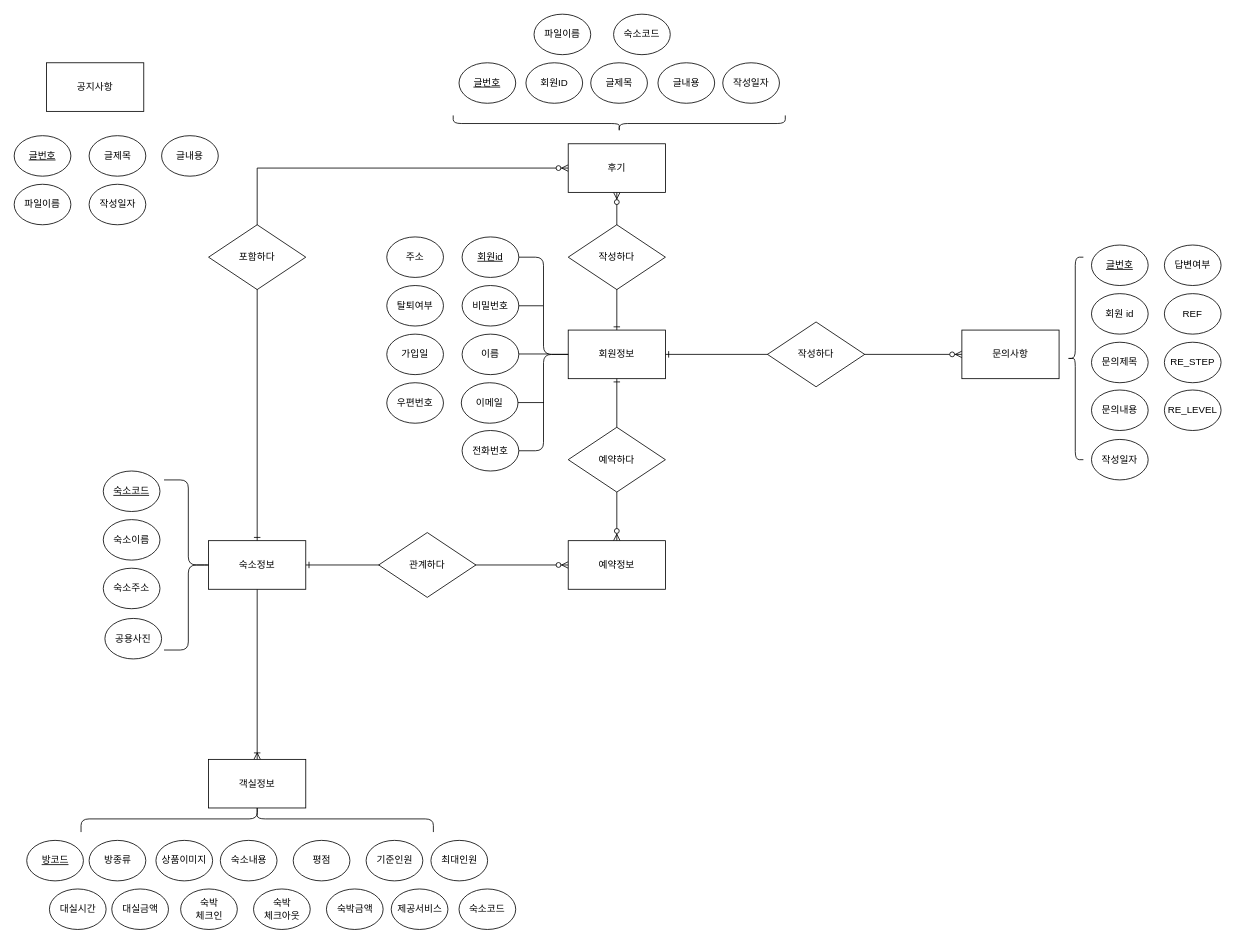
Before: Untitled Diagram.drawio in ksoyoun02/Biz_2021_01_403_java, a draw.io diagram. Source tidied: cells renumbered, new cells numbered last; positions are measured from the earlier drawing's top-left corner, leaving out a move shared by most shapes. Both pictures are drawn from the tidied source at 81%, with x=0, y=0 at pixel (14, -43).
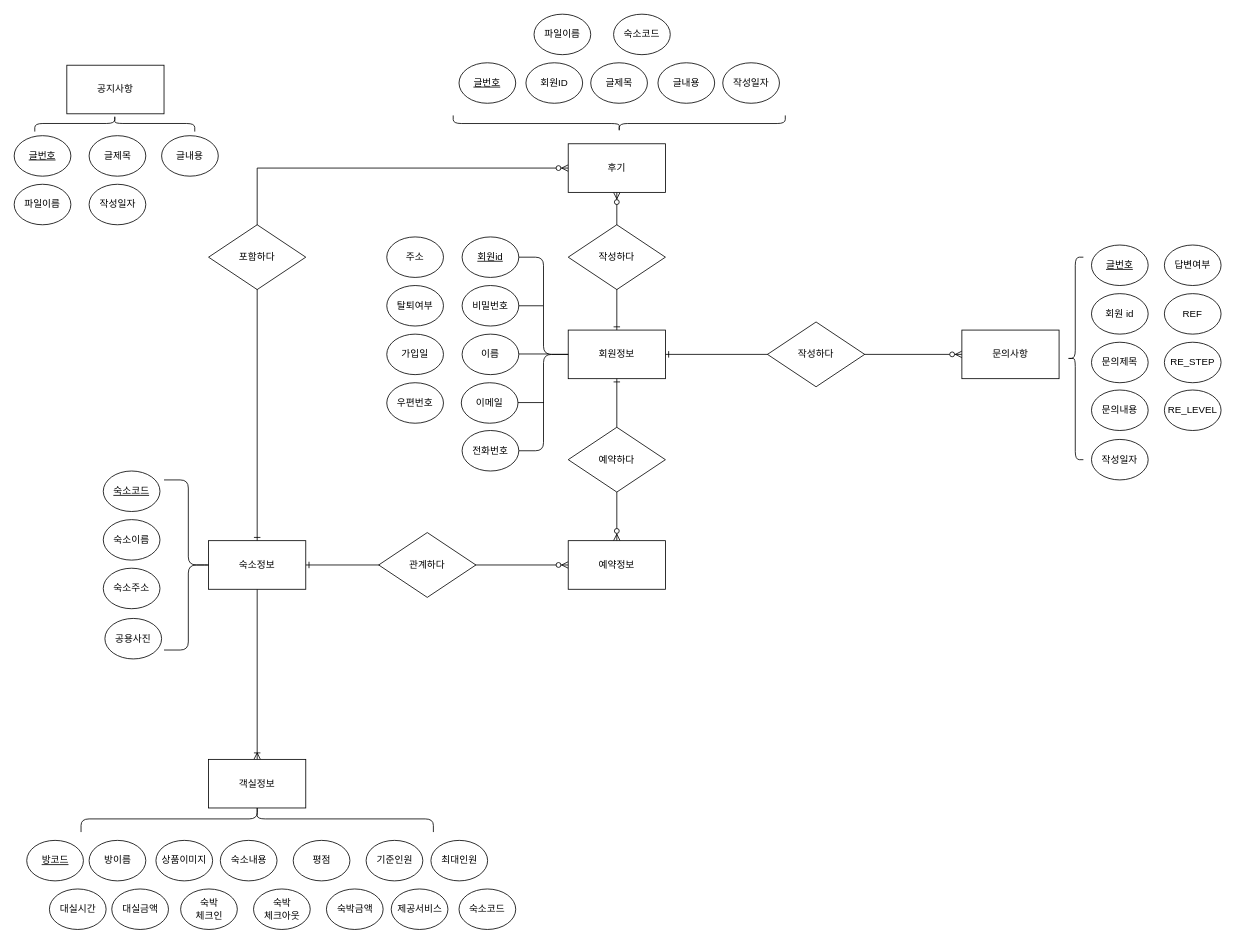
The same page after the edit.

The edit, as a diff of the source:
```diff
@@
     <mxCell id="13" value="공지사항" style="rounded=0;whiteSpace=wrap;html=1;" parent="1" vertex="1">
-      <mxGeometry x="40" y="130" width="120" height="60" as="geometry" />
+      <mxGeometry x="65" y="133" width="120" height="60" as="geometry" />
     </mxCell>
@@
-    <mxCell id="50" value="방종류" style="ellipse;whiteSpace=wrap;html=1;" parent="1" vertex="1">
+    <mxCell id="50" value="방이름" style="ellipse;whiteSpace=wrap;html=1;" parent="1" vertex="1">
       <mxGeometry x="92.5" y="1090" width="70" height="50" as="geometry" />
     </mxCell>
@@
+    <mxCell id="79" style="shape=curlyBracket;whiteSpace=wrap;html=1;rounded=1;flipH=1;rotation=-90;" parent="1" vertex="1">
+      <mxGeometry x="114.2" y="106.2" width="20" height="197.5" as="geometry" />
+    </mxCell>
```
